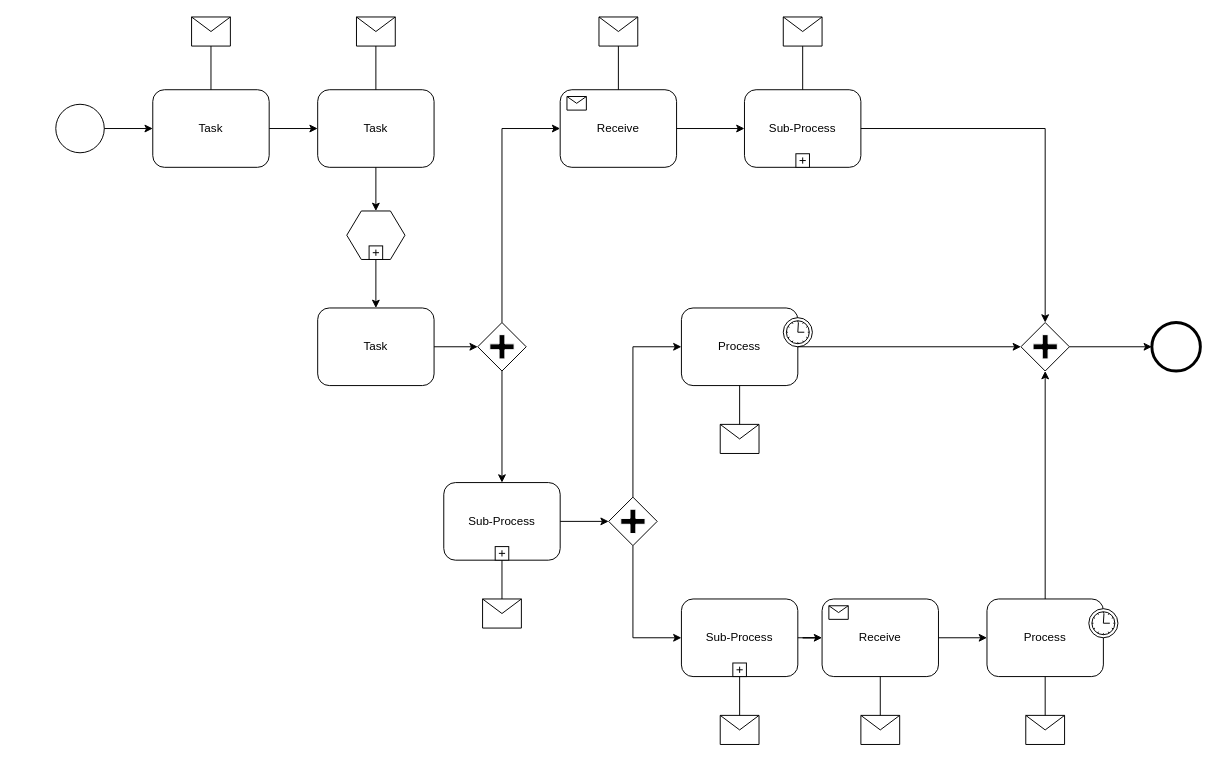
maxdo1511/Algoritms keeps this draw.io diagram as Диаграмма без названия.drawio. Above is the earlier version. Source tidied: cells renumbered, new cells numbered last; positions are measured from the earlier drawing's top-left corner, leaving out a move shared by most shapes. Both pictures are drawn from the tidied source at 97%, with x=0, y=0 at pixel (55, 16).
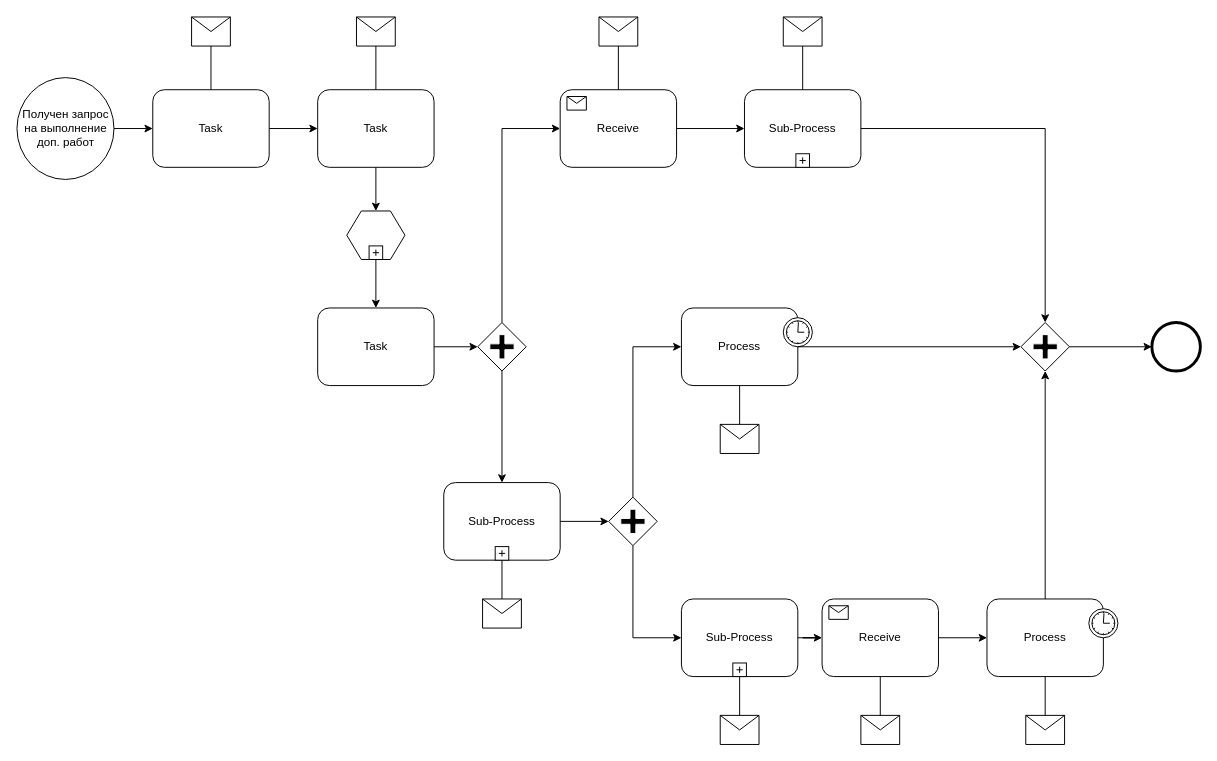
The same page after the edit.

The edit, as a diff of the source:
```diff
@@
-    <mxCell id="2" style="shape=mxgraph.bpmn.shape;html=1;verticalLabelPosition=bottom;labelBackgroundColor=#ffffff;verticalAlign=top;perimeter=ellipsePerimeter;outline=standard;symbol=general;" parent="1" vertex="1">
-      <mxGeometry y="90" width="50" height="50" as="geometry" />
+    <mxCell id="2" value="Получен запрос&lt;br&gt;на выполнение&lt;br&gt;доп. работ" style="shape=mxgraph.bpmn.shape;html=1;verticalLabelPosition=middle;labelBackgroundColor=#ffffff;verticalAlign=middle;perimeter=ellipsePerimeter;outline=standard;symbol=general;align=center;horizontal=1;labelPosition=center;" parent="1" vertex="1">
+      <mxGeometry x="-40" y="62.5" width="100" height="105" as="geometry" />
     </mxCell>
```
